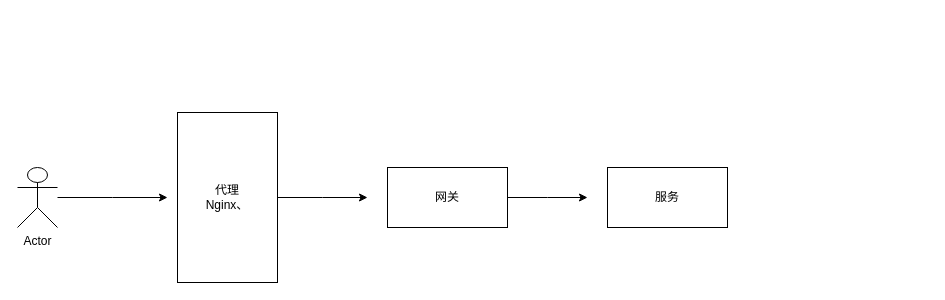
Earlier version of the draw.io diagram microservice.drawio (CrpMihasha/draw). Source tidied: cells renumbered, new cells numbered last; positions are measured from the earlier drawing's top-left corner, leaving out a move shared by most shapes. Both pictures are drawn from the tidied source at 100%, with x=0, y=0 at pixel (17, 112).
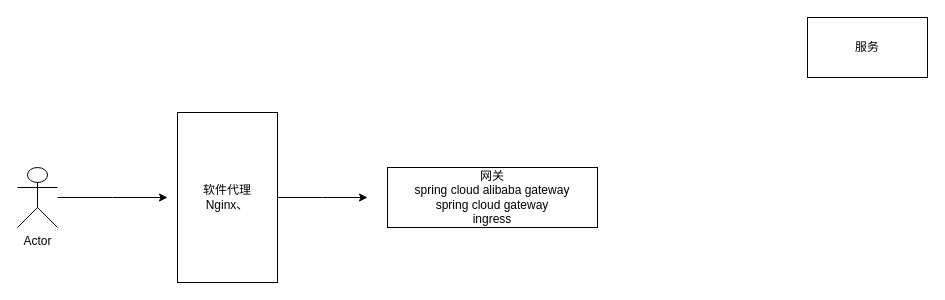
Above is the later version.

Diff of the diagram source:
```diff
@@
 <mxGraphModel>
   <root>
     <mxCell id="0" />
     <mxCell id="1" parent="0" />
     <mxCell id="2" style="edgeStyle=orthogonalEdgeStyle;rounded=0;jettySize=auto;html=1;" parent="1" edge="1" source="3">
       <mxGeometry relative="1" as="geometry">
         <mxPoint x="150" y="85" as="targetPoint" />
       </mxGeometry>
     </mxCell>
     <mxCell id="3" value="Actor" style="shape=umlActor;verticalLabelPosition=bottom;verticalAlign=top;html=1;outlineConnect=0;" parent="1" vertex="1">
       <mxGeometry y="55" width="40" height="60" as="geometry" />
     </mxCell>
     <mxCell id="4" style="edgeStyle=orthogonalEdgeStyle;rounded=0;jettySize=auto;html=1;" parent="1" edge="1" source="5">
       <mxGeometry relative="1" as="geometry">
         <mxPoint x="350" y="85" as="targetPoint" />
       </mxGeometry>
     </mxCell>
-    <mxCell id="5" value="代理&lt;div&gt;Nginx、&lt;/div&gt;" style="rounded=0;whiteSpace=wrap;html=1;" parent="1" vertex="1">
+    <mxCell id="5" value="软件代理&lt;div&gt;Nginx、&lt;/div&gt;" style="rounded=0;whiteSpace=wrap;html=1;" parent="1" vertex="1">
       <mxGeometry x="160" width="100" height="170" as="geometry" />
     </mxCell>
-    <mxCell id="6" style="edgeStyle=orthogonalEdgeStyle;rounded=0;jettySize=auto;html=1;" parent="1" edge="1" source="7">
-      <mxGeometry relative="1" as="geometry">
-        <mxPoint x="570" y="85" as="targetPoint" />
-      </mxGeometry>
-    </mxCell>
-    <mxCell id="7" value="网关" style="rounded=0;whiteSpace=wrap;html=1;" parent="1" vertex="1">
-      <mxGeometry x="370" y="55" width="120" height="60" as="geometry" />
+    <mxCell id="7" value="网关&lt;div&gt;spring cloud alibaba gateway&lt;/div&gt;&lt;div&gt;spring cloud gateway&lt;/div&gt;&lt;div&gt;ingress&lt;/div&gt;" style="rounded=0;whiteSpace=wrap;html=1;" parent="1" vertex="1">
+      <mxGeometry x="370" y="55" width="210" height="60" as="geometry" />
     </mxCell>
     <mxCell id="8" value="服务" style="rounded=0;whiteSpace=wrap;html=1;" parent="1" vertex="1">
-      <mxGeometry x="590" y="55" width="120" height="60" as="geometry" />
+      <mxGeometry x="790" y="-95" width="120" height="60" as="geometry" />
     </mxCell>
   </root>
 </mxGraphModel>
```
